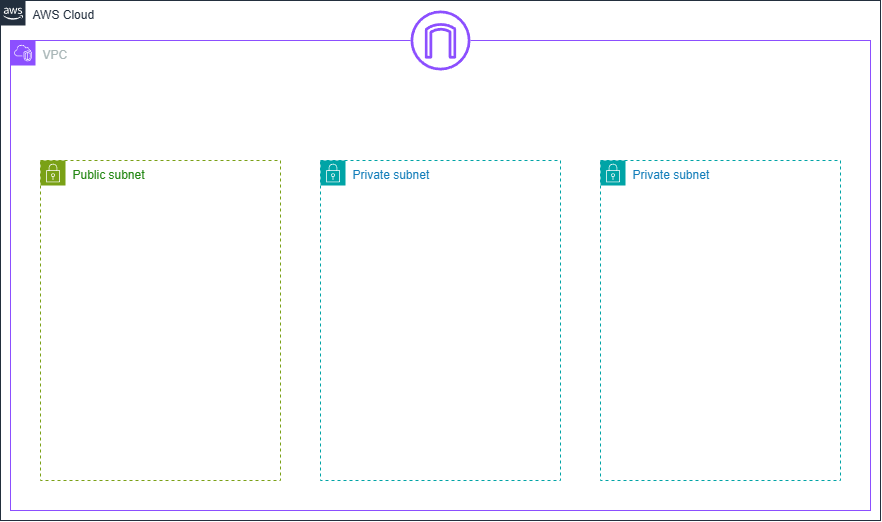
Above: AWS_Training_Arch.drawio.png in SubraiSambary/Drawings (draw.io), before the change. Source tidied: cells renumbered, new cells last; positions are measured from the earlier drawing's top-left corner, leaving out a move shared by most shapes.
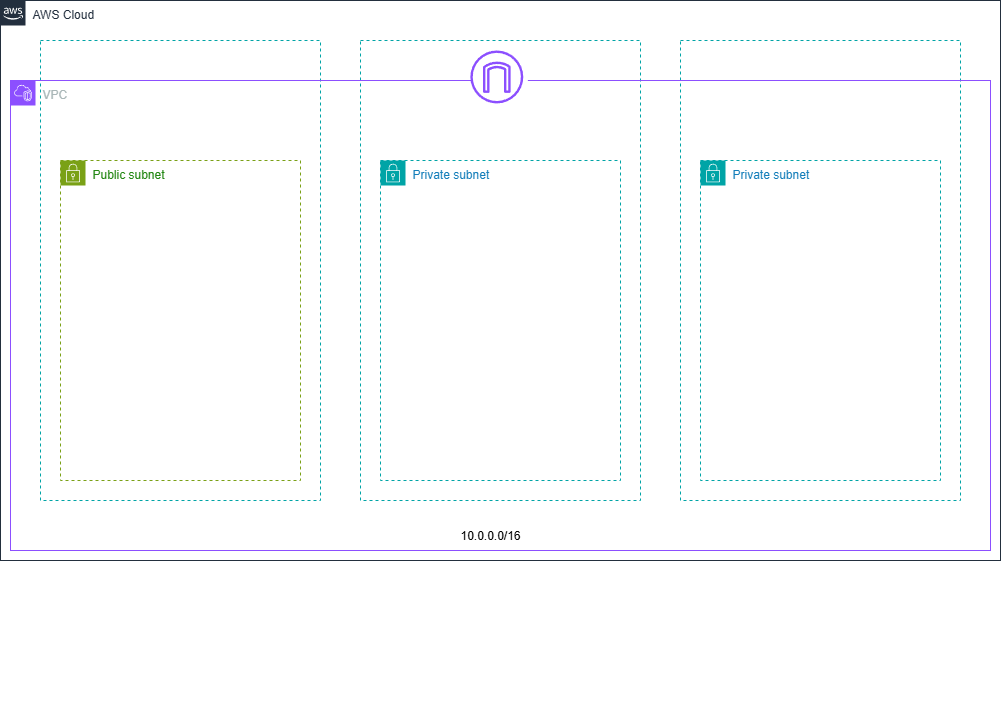
After the commit.

Change to the diagram source:
```diff
@@ -3,34 +3,52 @@
     <mxCell id="0" />
     <mxCell id="1" parent="0" />
     <mxCell id="2" value="AWS Cloud" style="gradientColor=none;html=1;whiteSpace=wrap;fontSize=12;fontStyle=0;shape=mxgraph.aws4.group;grIcon=mxgraph.aws4.group_aws_cloud_alt;strokeColor=#232F3E;fillColor=none;verticalAlign=top;align=left;spacingLeft=30;fontColor=#232F3E;dashed=0;" parent="1" vertex="1">
-      <mxGeometry width="880" height="520" as="geometry" />
+      <mxGeometry width="1000" height="560" as="geometry" />
     </mxCell>
-    <mxCell id="3" value="VPC" style="gradientColor=none;html=1;whiteSpace=wrap;fontSize=12;fontStyle=0;shape=mxgraph.aws4.group;grIcon=mxgraph.aws4.group_vpc2;strokeColor=#8C4FFF;fillColor=none;verticalAlign=top;align=left;spacingLeft=30;fontColor=#AAB7B8;dashed=0;" parent="1" vertex="1">
-      <mxGeometry x="10" y="40" width="860" height="470" as="geometry" />
-    </mxCell>
-    <mxCell id="4" value="Private subnet" style="gradientColor=none;html=1;whiteSpace=wrap;fontSize=12;fontStyle=0;shape=mxgraph.aws4.group;grIcon=mxgraph.aws4.group_security_group;grStroke=0;strokeColor=#00A4A6;fillColor=none;verticalAlign=top;align=left;spacingLeft=30;fontColor=#147EBA;dashed=0;fillStyle=auto;" parent="3" vertex="1">
-      <mxGeometry x="590" y="120" width="240" height="320" as="geometry" />
-    </mxCell>
-    <mxCell id="5" style="rounded=0;whiteSpace=wrap;html=1;fillColor=none;dashed=1;strokeColor=light-dark(#00a4a6, #131313);" parent="4" vertex="1">
-      <mxGeometry width="240" height="320" as="geometry" />
-    </mxCell>
+    <mxCell id="12" style="rounded=0;whiteSpace=wrap;html=1;fillColor=none;strokeColor=light-dark(#00a4a6, #131313);dashed=1;" parent="2" vertex="1">
+      <mxGeometry x="40" y="40" width="280" height="460" as="geometry" />
+    </mxCell>
+    <mxCell id="13" style="rounded=0;whiteSpace=wrap;html=1;dashed=1;strokeColor=light-dark(#00a4a6, #131313);align=center;verticalAlign=middle;fontFamily=Helvetica;fontSize=12;fontColor=default;fillColor=none;" parent="2" vertex="1">
+      <mxGeometry x="360" y="40" width="280" height="460" as="geometry" />
+    </mxCell>
-    <mxCell id="6" value="Private subnet" style="gradientColor=none;html=1;whiteSpace=wrap;fontSize=12;fontStyle=0;shape=mxgraph.aws4.group;grIcon=mxgraph.aws4.group_security_group;grStroke=0;strokeColor=#00A4A6;fillColor=none;verticalAlign=top;align=left;spacingLeft=30;fontColor=#147EBA;dashed=0;fillStyle=auto;" parent="3" vertex="1">
-      <mxGeometry x="310" y="120" width="240" height="320" as="geometry" />
+    <mxCell id="6" value="Private subnet" style="gradientColor=none;html=1;whiteSpace=wrap;fontSize=12;fontStyle=0;shape=mxgraph.aws4.group;grIcon=mxgraph.aws4.group_security_group;grStroke=0;strokeColor=#00A4A6;fillColor=none;verticalAlign=top;align=left;spacingLeft=30;fontColor=#147EBA;dashed=0;fillStyle=auto;" parent="1" vertex="1">
+      <mxGeometry x="380" y="160" width="240" height="320" as="geometry" />
     </mxCell>
     <mxCell id="7" style="rounded=0;whiteSpace=wrap;html=1;fillColor=none;dashed=1;strokeColor=light-dark(#00a4a6, #131313);" parent="6" vertex="1">
       <mxGeometry width="240" height="320" as="geometry" />
     </mxCell>
-    <mxCell id="8" value="Public subnet" style="gradientColor=none;html=1;whiteSpace=wrap;fontSize=12;fontStyle=0;shape=mxgraph.aws4.group;grIcon=mxgraph.aws4.group_security_group;grStroke=0;strokeColor=#7AA116;fillColor=none;verticalAlign=top;align=left;spacingLeft=30;fontColor=#248814;dashed=0;" parent="3" vertex="1">
-      <mxGeometry x="30" y="120" width="240" height="320" as="geometry" />
+    <mxCell id="8" value="Public subnet" style="gradientColor=none;html=1;whiteSpace=wrap;fontSize=12;fontStyle=0;shape=mxgraph.aws4.group;grIcon=mxgraph.aws4.group_security_group;grStroke=0;strokeColor=#7AA116;fillColor=none;verticalAlign=top;align=left;spacingLeft=30;fontColor=#248814;dashed=0;" parent="1" vertex="1">
+      <mxGeometry x="60" y="160" width="240" height="320" as="geometry" />
     </mxCell>
-    <mxCell id="9" style="rounded=0;whiteSpace=wrap;html=1;fillColor=none;dashed=1;strokeColor=light-dark(#7aa116, #e6e3ef);" parent="8" vertex="1">
-      <mxGeometry width="240" height="320" as="geometry" />
-    </mxCell>
+    <mxCell id="14" style="rounded=0;whiteSpace=wrap;html=1;dashed=1;strokeColor=light-dark(#00a4a6, #131313);align=center;verticalAlign=middle;fontFamily=Helvetica;fontSize=12;fontColor=default;fillColor=none;" parent="1" vertex="1">
+      <mxGeometry x="680" y="40" width="280" height="460" as="geometry" />
+    </mxCell>
+    <mxCell id="15" style="group;" parent="1" vertex="1">
+      <mxGeometry x="10" y="70" width="980" height="640" as="geometry" />
+    </mxCell>
+    <mxCell id="3" value="VPC" style="gradientColor=none;html=1;whiteSpace=wrap;fontSize=12;fontStyle=0;shape=mxgraph.aws4.group;grIcon=mxgraph.aws4.group_vpc2;strokeColor=#8C4FFF;fillColor=none;verticalAlign=top;align=left;spacingLeft=30;fontColor=#AAB7B8;dashed=0;" parent="15" vertex="1">
+      <mxGeometry y="10" width="980" height="470" as="geometry" />
+    </mxCell>
+    <mxCell id="16" style="group;" parent="15" vertex="1">
+      <mxGeometry x="459.8" y="-20" width="60.3" height="52.9" as="geometry" />
+    </mxCell>
-    <mxCell id="10" style="rounded=0;whiteSpace=wrap;html=1;strokeColor=none;" parent="3" vertex="1">
-      <mxGeometry x="400" y="-30" width="60" height="60" as="geometry" />
+    <mxCell id="10" style="rounded=0;whiteSpace=wrap;html=1;strokeColor=none;" parent="16" vertex="1">
+      <mxGeometry x="1.7" width="55.8" height="50" as="geometry" />
     </mxCell>
-    <mxCell id="11" style="sketch=0;fontColor=#232F3E;gradientColor=none;fillColor=#8C4FFF;strokeColor=none;dashed=0;verticalLabelPosition=bottom;verticalAlign=top;align=center;html=1;fontSize=12;fontStyle=0;shape=mxgraph.aws4.internet_gateway;fillStyle=auto;" parent="3" vertex="1">
-      <mxGeometry x="400" y="-30" width="60" height="60" as="geometry" />
+    <mxCell id="11" style="sketch=0;fontColor=#232F3E;gradientColor=none;fillColor=#8C4FFF;strokeColor=none;dashed=0;verticalLabelPosition=bottom;verticalAlign=top;align=center;html=1;fontSize=12;fontStyle=0;shape=mxgraph.aws4.internet_gateway;fillStyle=auto;" parent="16" vertex="1">
+      <mxGeometry width="52.9" height="52.9" as="geometry" />
     </mxCell>
+    <mxCell id="9" style="rounded=0;whiteSpace=wrap;html=1;fillColor=none;dashed=1;strokeColor=light-dark(#7aa116, #e6e3ef);" parent="15" vertex="1">
+      <mxGeometry x="50" y="90" width="240" height="320" as="geometry" />
+    </mxCell>
+    <mxCell id="5" style="rounded=0;whiteSpace=wrap;html=1;fillColor=none;dashed=1;strokeColor=light-dark(#00a4a6, #131313);" parent="15" vertex="1">
+      <mxGeometry x="690" y="90" width="240" height="320" as="geometry" />
+    </mxCell>
+    <mxCell id="4" value="Private subnet" style="gradientColor=none;html=1;whiteSpace=wrap;fontSize=12;fontStyle=0;shape=mxgraph.aws4.group;grIcon=mxgraph.aws4.group_security_group;grStroke=0;strokeColor=#00A4A6;fillColor=none;verticalAlign=top;align=left;spacingLeft=30;fontColor=#147EBA;dashed=0;fillStyle=auto;" parent="15" vertex="1">
+      <mxGeometry x="690" y="90" width="240" height="320" as="geometry" />
+    </mxCell>
+    <mxCell id="17" value="10.0.0.0/16" style="text;html=1;align=center;verticalAlign=middle;whiteSpace=wrap;rounded=0;" parent="15" vertex="1">
+      <mxGeometry x="450" y="450" width="60" height="30" as="geometry" />
+    </mxCell>
   </root>
 </mxGraphModel>
```
